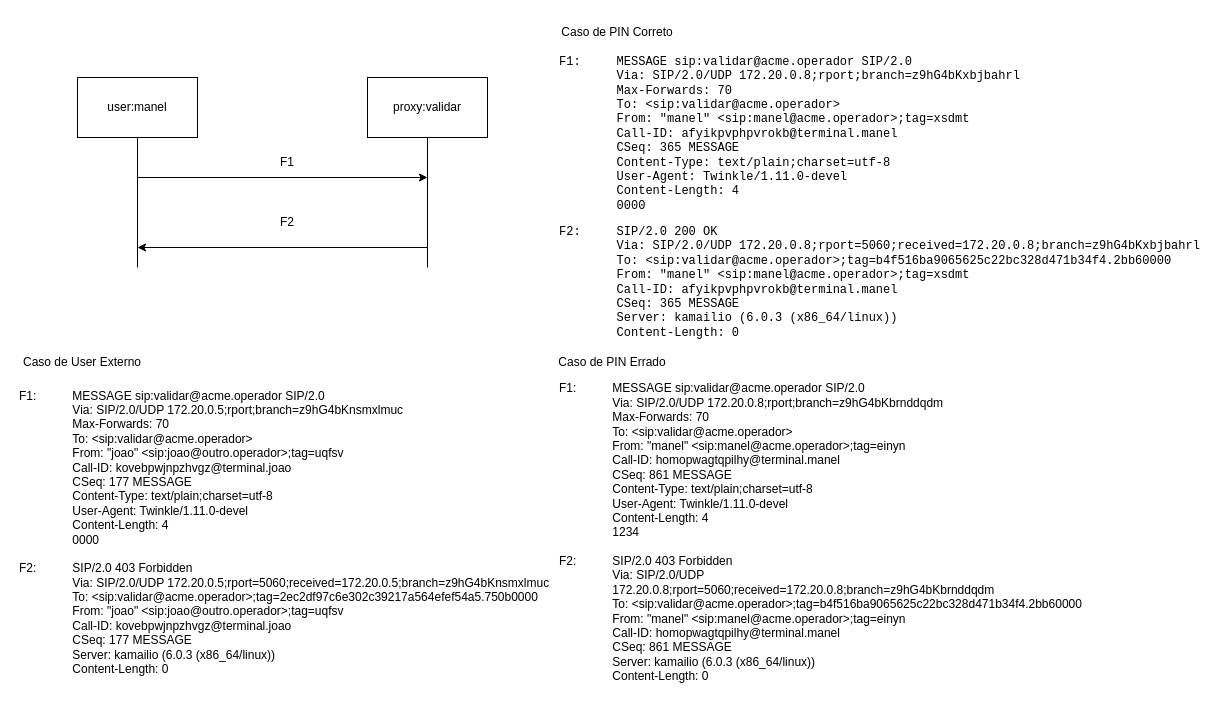
Before: docs/sprint1/US4/US4_sequencia.drawio in afonsolopes41/IGRS26G4, a draw.io diagram. Source tidied: cells renumbered, new cells numbered last; positions are measured from the earlier drawing's top-left corner, leaving out a move shared by most shapes. Both pictures are drawn from the tidied source at 100%, with x=0, y=0 at pixel (17, 17).
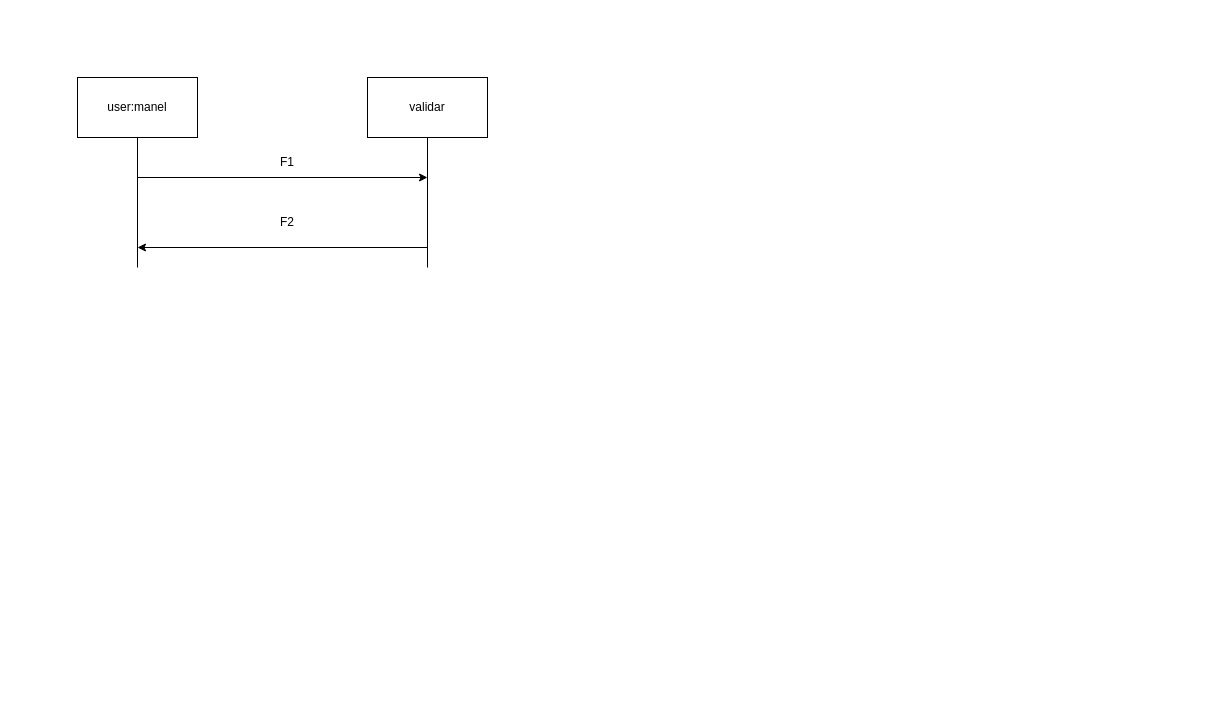
The same page after the edit.

Commit message (it also covers changes not shown here):
[US4] docs: alteração do diagrama de sequência

Diff of the diagram source:
```diff
@@
 <mxGraphModel>
   <root>
     <mxCell id="0" />
     <mxCell id="1" parent="0" />
     <mxCell id="2" value="user:m&lt;span style=&quot;background-color: transparent; color: light-dark(#000000, var(--ge-light-color, #ffffff));&quot;&gt;anel&lt;/span&gt;" style="rounded=0;whiteSpace=wrap;html=1;" parent="1" vertex="1">
       <mxGeometry x="60" y="60" width="120" height="60" as="geometry" />
     </mxCell>
-    <mxCell id="3" value="proxy:validar" style="rounded=0;whiteSpace=wrap;html=1;" parent="1" vertex="1">
+    <mxCell id="3" value="validar" style="rounded=0;whiteSpace=wrap;html=1;" parent="1" vertex="1">
       <mxGeometry x="350" y="60" width="120" height="60" as="geometry" />
     </mxCell>
     <mxCell id="4" style="endArrow=none;html=1;rounded=0;defaultLabelBackgroundColor=page;labelPadding=0 4;entryX=0.5;entryY=1;entryDx=0;entryDy=0;" parent="1" edge="1" target="2">
       <mxGeometry x="-0.54" relative="1" as="geometry">
         <mxPoint x="120" y="250" as="sourcePoint" />
       </mxGeometry>
     </mxCell>
     <mxCell id="5" style="endArrow=none;html=1;rounded=0;defaultLabelBackgroundColor=page;labelPadding=0 4;entryX=0.5;entryY=1;entryDx=0;entryDy=0;" parent="1" edge="1" target="3">
       <mxGeometry x="-0.35" relative="1" as="geometry">
         <mxPoint x="410" y="250" as="sourcePoint" />
       </mxGeometry>
     </mxCell>
     <mxCell id="6" style="endArrow=classic;html=1;rounded=0;defaultLabelBackgroundColor=page;labelPadding=0 4;" parent="1" edge="1">
       <mxGeometry relative="1" as="geometry">
         <mxPoint x="120" y="160" as="sourcePoint" />
         <mxPoint x="410" y="160" as="targetPoint" />
       </mxGeometry>
     </mxCell>
     <mxCell id="7" style="endArrow=classic;html=1;rounded=0;defaultLabelBackgroundColor=page;labelPadding=0 4;" parent="1" edge="1">
       <mxGeometry relative="1" as="geometry">
         <mxPoint x="410" y="230" as="sourcePoint" />
         <mxPoint x="120" y="230" as="targetPoint" />
       </mxGeometry>
     </mxCell>
     <mxCell id="8" value="F2" style="text;html=1;whiteSpace=wrap;strokeColor=none;fillColor=none;align=center;verticalAlign=middle;rounded=0;" parent="1" vertex="1">
       <mxGeometry x="240" y="190" width="60" height="30" as="geometry" />
     </mxCell>
     <mxCell id="9" value="F1" style="text;html=1;whiteSpace=wrap;strokeColor=none;fillColor=none;align=center;verticalAlign=middle;rounded=0;" parent="1" vertex="1">
       <mxGeometry x="240" y="130" width="60" height="30" as="geometry" />
     </mxCell>
-    <mxCell id="10" value="&lt;pre&gt;&lt;code&gt;F1:&lt;span style=&quot;white-space: pre;&quot;&gt;&#9;&lt;/span&gt;MESSAGE sip:validar@acme.operador SIP/2.0&lt;br&gt;&lt;span style=&quot;white-space: pre;&quot;&gt;&#9;&lt;/span&gt;Via: SIP/2.0/UDP 172.20.0.8;rport;branch=z9hG4bKxbjbahrl&lt;br&gt;&lt;span style=&quot;white-space: pre;&quot;&gt;&#9;&lt;/span&gt;Max-Forwards: 70&lt;br&gt;&lt;span style=&quot;white-space: pre;&quot;&gt;&#9;&lt;/span&gt;To: &amp;lt;sip:validar@acme.operador&amp;gt;&lt;br&gt;&lt;span style=&quot;white-space: pre;&quot;&gt;&#9;&lt;/span&gt;From: &quot;manel&quot; &amp;lt;sip:manel@acme.operador&amp;gt;;tag=xsdmt&lt;br&gt;&lt;span style=&quot;white-space: pre;&quot;&gt;&#9;&lt;/span&gt;Call-ID: afyikpvphpvrokb@terminal.manel&lt;br&gt;&lt;span style=&quot;white-space: pre;&quot;&gt;&#9;&lt;/span&gt;CSeq: 365 MESSAGE&lt;br&gt;&lt;span style=&quot;white-space: pre;&quot;&gt;&#9;&lt;/span&gt;Content-Type: text/plain;charset=utf-8&lt;br&gt;&lt;span style=&quot;white-space: pre;&quot;&gt;&#9;&lt;/span&gt;User-Agent: Twinkle/1.11.0-devel&lt;br&gt;&lt;span style=&quot;white-space: pre;&quot;&gt;&#9;&lt;/span&gt;Content-Length: 4&lt;br&gt;&lt;span style=&quot;white-space: pre;&quot;&gt;&#9;&lt;/span&gt;0000&lt;br&gt;&lt;pre&gt;&lt;code&gt;F2: &lt;span style=&quot;white-space: pre;&quot;&gt;&#9;&lt;/span&gt;&lt;/code&gt;SIP/2.0 200 OK&lt;br&gt;&lt;span style=&quot;white-space: pre;&quot;&gt;&#9;&lt;/span&gt;Via: SIP/2.0/UDP 172.20.0.8;rport=5060;received=172.20.0.8;branch=z9hG4bKxbjbahrl&lt;br&gt;&lt;span style=&quot;white-space: pre;&quot;&gt;&#9;&lt;/span&gt;To: &amp;lt;sip:validar@acme.operador&amp;gt;;tag=b4f516ba9065625c22bc328d471b34f4.2bb60000&lt;br&gt;&lt;span style=&quot;white-space: pre;&quot;&gt;&#9;&lt;/span&gt;From: &quot;manel&quot; &amp;lt;sip:manel@acme.operador&amp;gt;;tag=xsdmt&lt;br&gt;&lt;span style=&quot;white-space: pre;&quot;&gt;&#9;&lt;/span&gt;Call-ID: afyikpvphpvrokb@terminal.manel&lt;br&gt;&lt;span style=&quot;white-space: pre;&quot;&gt;&#9;&lt;/span&gt;CSeq: 365 MESSAGE&lt;br&gt;&lt;span style=&quot;white-space: pre;&quot;&gt;&#9;&lt;/span&gt;Server: kamailio (6.0.3 (x86_64/linux))&lt;br&gt;&lt;span style=&quot;white-space: pre;&quot;&gt;&#9;&lt;/span&gt;Content-Length: 0&lt;br&gt;&lt;/pre&gt;&lt;/code&gt;&lt;/pre&gt;" style="text;html=1;whiteSpace=wrap;strokeColor=none;fillColor=none;align=left;verticalAlign=middle;rounded=0;" parent="1" vertex="1">
-      <mxGeometry x="540" y="30" width="590" height="300" as="geometry" />
-    </mxCell>
-    <mxCell id="11" value="Caso de PIN Correto" style="text;html=1;whiteSpace=wrap;strokeColor=none;fillColor=none;align=center;verticalAlign=middle;rounded=0;" parent="1" vertex="1">
-      <mxGeometry x="540" width="120" height="30" as="geometry" />
-    </mxCell>
-    <mxCell id="12" value="&lt;div&gt;F1:&amp;nbsp;&lt;span style=&quot;white-space: pre;&quot;&gt;&#9;&lt;span style=&quot;white-space: pre;&quot;&gt;&#9;&lt;/span&gt;&lt;/span&gt;&lt;span style=&quot;background-color: transparent;&quot;&gt;MESSAGE sip:validar@acme.operador SIP/2.0&lt;/span&gt;&lt;/div&gt;&lt;div&gt;&lt;span style=&quot;white-space: pre;&quot;&gt;&#9;&lt;span style=&quot;white-space: pre;&quot;&gt;&#9;&lt;/span&gt;&lt;/span&gt;Via: SIP/2.0/UDP 172.20.0.8;rport;branch=z9hG4bKbrnddqdm&lt;/div&gt;&lt;div&gt;&lt;span style=&quot;white-space: pre;&quot;&gt;&#9;&lt;span style=&quot;white-space: pre;&quot;&gt;&#9;&lt;/span&gt;&lt;/span&gt;Max-Forwards: 70&lt;/div&gt;&lt;div&gt;&lt;span style=&quot;white-space: pre;&quot;&gt;&#9;&lt;span style=&quot;white-space: pre;&quot;&gt;&#9;&lt;/span&gt;&lt;/span&gt;To: &amp;lt;sip:validar@acme.operador&amp;gt;&lt;/div&gt;&lt;div&gt;&lt;span style=&quot;white-space: pre;&quot;&gt;&#9;&lt;span style=&quot;white-space: pre;&quot;&gt;&#9;&lt;/span&gt;&lt;/span&gt;From: &quot;manel&quot; &amp;lt;sip:manel@acme.operador&amp;gt;;tag=einyn&lt;/div&gt;&lt;div&gt;&lt;span style=&quot;white-space: pre;&quot;&gt;&#9;&lt;/span&gt;&lt;span style=&quot;white-space: pre;&quot;&gt;&#9;&lt;/span&gt;Call-ID: homopwagtqpilhy@terminal.manel&lt;/div&gt;&lt;div&gt;&lt;span style=&quot;white-space: pre;&quot;&gt;&#9;&lt;/span&gt;&lt;span style=&quot;white-space: pre;&quot;&gt;&#9;&lt;/span&gt;CSeq: 861 MESSAGE&lt;/div&gt;&lt;div&gt;&lt;span style=&quot;white-space: pre;&quot;&gt;&#9;&lt;/span&gt;&lt;span style=&quot;white-space: pre;&quot;&gt;&#9;&lt;/span&gt;Content-Type: text/plain;charset=utf-8&lt;/div&gt;&lt;div&gt;&lt;span style=&quot;white-space: pre;&quot;&gt;&#9;&lt;/span&gt;&lt;span style=&quot;white-space: pre;&quot;&gt;&#9;&lt;/span&gt;User-Agent: Twinkle/1.11.0-devel&lt;/div&gt;&lt;div&gt;&lt;span style=&quot;white-space: pre;&quot;&gt;&#9;&lt;/span&gt;&lt;span style=&quot;white-space: pre;&quot;&gt;&#9;&lt;/span&gt;Content-Length: 4&lt;/div&gt;&lt;div&gt;&lt;span style=&quot;white-space: pre;&quot;&gt;&#9;&lt;/span&gt;&lt;span style=&quot;white-space: pre;&quot;&gt;&#9;&lt;/span&gt;1234&lt;/div&gt;&lt;div&gt;&lt;br&gt;&lt;/div&gt;&lt;div&gt;F2:&amp;nbsp;&lt;span style=&quot;white-space: pre;&quot;&gt;&#9;&lt;/span&gt;&lt;span style=&quot;white-space: pre;&quot;&gt;&#9;&lt;/span&gt;&lt;span style=&quot;background-color: transparent;&quot;&gt;SIP/2.0 403 Forbidden&lt;/span&gt;&lt;/div&gt;&lt;div&gt;&lt;span style=&quot;white-space: pre;&quot;&gt;&#9;&lt;/span&gt;&lt;span style=&quot;white-space: pre;&quot;&gt;&#9;&lt;/span&gt;Via: SIP/2.0/UDP &lt;span style=&quot;white-space: pre;&quot;&gt;&#9;&lt;/span&gt;&lt;span style=&quot;white-space: pre;&quot;&gt;&#9;&lt;/span&gt;172.20.0.8;rport=5060;received=172.20.0.8;branch=z9hG4bKbrnddqdm&lt;/div&gt;&lt;div&gt;&lt;span style=&quot;white-space: pre;&quot;&gt;&#9;&lt;/span&gt;&lt;span style=&quot;white-space: pre;&quot;&gt;&#9;&lt;/span&gt;To: &amp;lt;sip:validar@acme.operador&amp;gt;;tag=b4f516ba9065625c22bc328d471b34f4.2bb60000&lt;/div&gt;&lt;div&gt;&lt;span style=&quot;white-space: pre;&quot;&gt;&#9;&lt;/span&gt;&lt;span style=&quot;white-space: pre;&quot;&gt;&#9;&lt;/span&gt;From: &quot;manel&quot; &amp;lt;sip:manel@acme.operador&amp;gt;;tag=einyn&lt;/div&gt;&lt;div&gt;&lt;span style=&quot;white-space: pre;&quot;&gt;&#9;&lt;/span&gt;&lt;span style=&quot;white-space: pre;&quot;&gt;&#9;&lt;/span&gt;Call-ID: homopwagtqpilhy@terminal.manel&lt;/div&gt;&lt;div&gt;&lt;span style=&quot;white-space: pre;&quot;&gt;&#9;&lt;/span&gt;&lt;span style=&quot;white-space: pre;&quot;&gt;&#9;&lt;/span&gt;CSeq: 861 MESSAGE&lt;/div&gt;&lt;div&gt;&lt;span style=&quot;white-space: pre;&quot;&gt;&#9;&lt;/span&gt;&lt;span style=&quot;white-space: pre;&quot;&gt;&#9;&lt;/span&gt;Server: kamailio (6.0.3 (x86_64/linux))&lt;/div&gt;&lt;div&gt;&lt;span style=&quot;white-space: pre;&quot;&gt;&#9;&lt;/span&gt;&lt;span style=&quot;white-space: pre;&quot;&gt;&#9;&lt;/span&gt;Content-Length: 0&lt;/div&gt;" style="text;html=1;whiteSpace=wrap;strokeColor=none;fillColor=none;align=left;verticalAlign=middle;rounded=0;" parent="1" vertex="1">
-      <mxGeometry x="540" y="360" width="550" height="310" as="geometry" />
-    </mxCell>
-    <mxCell id="13" value="Caso de PIN Errado" style="text;html=1;whiteSpace=wrap;strokeColor=none;fillColor=none;align=center;verticalAlign=middle;rounded=0;" parent="1" vertex="1">
-      <mxGeometry x="540" y="330" width="110" height="30" as="geometry" />
-    </mxCell>
-    <mxCell id="14" value="Caso de User Externo" style="text;html=1;whiteSpace=wrap;strokeColor=none;fillColor=none;align=center;verticalAlign=middle;rounded=0;" parent="1" vertex="1">
-      <mxGeometry y="330" width="130" height="30" as="geometry" />
-    </mxCell>
-    <mxCell id="15" value="&lt;div&gt;F1:&amp;nbsp;&lt;span style=&quot;white-space: pre;&quot;&gt;&#9;&lt;span style=&quot;white-space: pre;&quot;&gt;&#9;&lt;/span&gt;&lt;/span&gt;&lt;span style=&quot;background-color: transparent;&quot;&gt;MESSAGE sip:validar@acme.operador SIP/2.0&lt;/span&gt;&lt;/div&gt;&lt;div&gt;&lt;span style=&quot;white-space: pre;&quot;&gt;&#9;&lt;/span&gt;&lt;span style=&quot;white-space: pre;&quot;&gt;&#9;&lt;/span&gt;Via: SIP/2.0/UDP 172.20.0.5;rport;branch=z9hG4bKnsmxlmuc&lt;/div&gt;&lt;div&gt;&lt;span style=&quot;white-space: pre;&quot;&gt;&#9;&lt;/span&gt;&lt;span style=&quot;white-space: pre;&quot;&gt;&#9;&lt;/span&gt;Max-Forwards: 70&lt;/div&gt;&lt;div&gt;&lt;span style=&quot;white-space: pre;&quot;&gt;&#9;&lt;/span&gt;&lt;span style=&quot;white-space: pre;&quot;&gt;&#9;&lt;/span&gt;To: &amp;lt;sip:validar@acme.operador&amp;gt;&lt;/div&gt;&lt;div&gt;&lt;span style=&quot;white-space: pre;&quot;&gt;&#9;&lt;/span&gt;&lt;span style=&quot;white-space: pre;&quot;&gt;&#9;&lt;/span&gt;From: &quot;joao&quot; &amp;lt;sip:joao@outro.operador&amp;gt;;tag=uqfsv&lt;/div&gt;&lt;div&gt;&lt;span style=&quot;white-space: pre;&quot;&gt;&#9;&lt;/span&gt;&lt;span style=&quot;white-space: pre;&quot;&gt;&#9;&lt;/span&gt;Call-ID: kovebpwjnpzhvgz@terminal.joao&lt;/div&gt;&lt;div&gt;&lt;span style=&quot;white-space: pre;&quot;&gt;&#9;&lt;/span&gt;&lt;span style=&quot;white-space: pre;&quot;&gt;&#9;&lt;/span&gt;CSeq: 177 MESSAGE&lt;/div&gt;&lt;div&gt;&lt;span style=&quot;white-space: pre;&quot;&gt;&#9;&lt;/span&gt;&lt;span style=&quot;white-space: pre;&quot;&gt;&#9;&lt;/span&gt;Content-Type: text/plain;charset=utf-8&lt;/div&gt;&lt;div&gt;&lt;span style=&quot;white-space: pre;&quot;&gt;&#9;&lt;/span&gt;&lt;span style=&quot;white-space: pre;&quot;&gt;&#9;&lt;/span&gt;User-Agent: Twinkle/1.11.0-devel&lt;/div&gt;&lt;div&gt;&lt;span style=&quot;white-space: pre;&quot;&gt;&#9;&lt;/span&gt;&lt;span style=&quot;white-space: pre;&quot;&gt;&#9;&lt;/span&gt;Content-Length: 4&lt;/div&gt;&lt;div&gt;&lt;span style=&quot;white-space: pre;&quot;&gt;&#9;&lt;/span&gt;&lt;span style=&quot;white-space: pre;&quot;&gt;&#9;&lt;/span&gt;0000&lt;/div&gt;&lt;div&gt;&lt;br&gt;&lt;/div&gt;&lt;div&gt;F2:&amp;nbsp;&lt;span style=&quot;white-space: pre;&quot;&gt;&#9;&lt;/span&gt;&lt;span style=&quot;white-space: pre;&quot;&gt;&#9;&lt;/span&gt;&lt;span style=&quot;background-color: transparent;&quot;&gt;SIP/2.0 403 Forbidden&lt;/span&gt;&lt;/div&gt;&lt;div&gt;&lt;span style=&quot;white-space: pre;&quot;&gt;&#9;&lt;/span&gt;&lt;span style=&quot;white-space: pre;&quot;&gt;&#9;&lt;/span&gt;Via: SIP/2.0/UDP 172.20.0.5;rport=5060;received=172.20.0.5;branch=z9hG4bKnsmxlmuc&lt;/div&gt;&lt;div&gt;&lt;span style=&quot;white-space: pre;&quot;&gt;&#9;&lt;/span&gt;&lt;span style=&quot;white-space: pre;&quot;&gt;&#9;&lt;/span&gt;To: &amp;lt;sip:validar@acme.operador&amp;gt;;tag=2ec2df97c6e302c39217a564efef54a5.750b0000&lt;/div&gt;&lt;div&gt;&lt;span style=&quot;white-space: pre;&quot;&gt;&#9;&lt;/span&gt;&lt;span style=&quot;white-space: pre;&quot;&gt;&#9;&lt;/span&gt;From: &quot;joao&quot; &amp;lt;sip:joao@outro.operador&amp;gt;;tag=uqfsv&lt;/div&gt;&lt;div&gt;&lt;span style=&quot;white-space: pre;&quot;&gt;&#9;&lt;/span&gt;&lt;span style=&quot;white-space: pre;&quot;&gt;&#9;&lt;/span&gt;Call-ID: kovebpwjnpzhvgz@terminal.joao&lt;/div&gt;&lt;div&gt;&lt;span style=&quot;white-space: pre;&quot;&gt;&#9;&lt;/span&gt;&lt;span style=&quot;white-space: pre;&quot;&gt;&#9;&lt;/span&gt;CSeq: 177 MESSAGE&lt;/div&gt;&lt;div&gt;&lt;span style=&quot;white-space: pre;&quot;&gt;&#9;&lt;/span&gt;&lt;span style=&quot;white-space: pre;&quot;&gt;&#9;&lt;/span&gt;Server: kamailio (6.0.3 (x86_64/linux))&lt;/div&gt;&lt;div&gt;&lt;span style=&quot;white-space: pre;&quot;&gt;&#9;&lt;/span&gt;&lt;span style=&quot;white-space: pre;&quot;&gt;&#9;&lt;/span&gt;Content-Length: 0&lt;/div&gt;" style="text;html=1;whiteSpace=wrap;strokeColor=none;fillColor=none;align=left;verticalAlign=middle;rounded=0;" parent="1" vertex="1">
-      <mxGeometry y="360" width="550" height="310" as="geometry" />
-    </mxCell>
   </root>
 </mxGraphModel>
```
